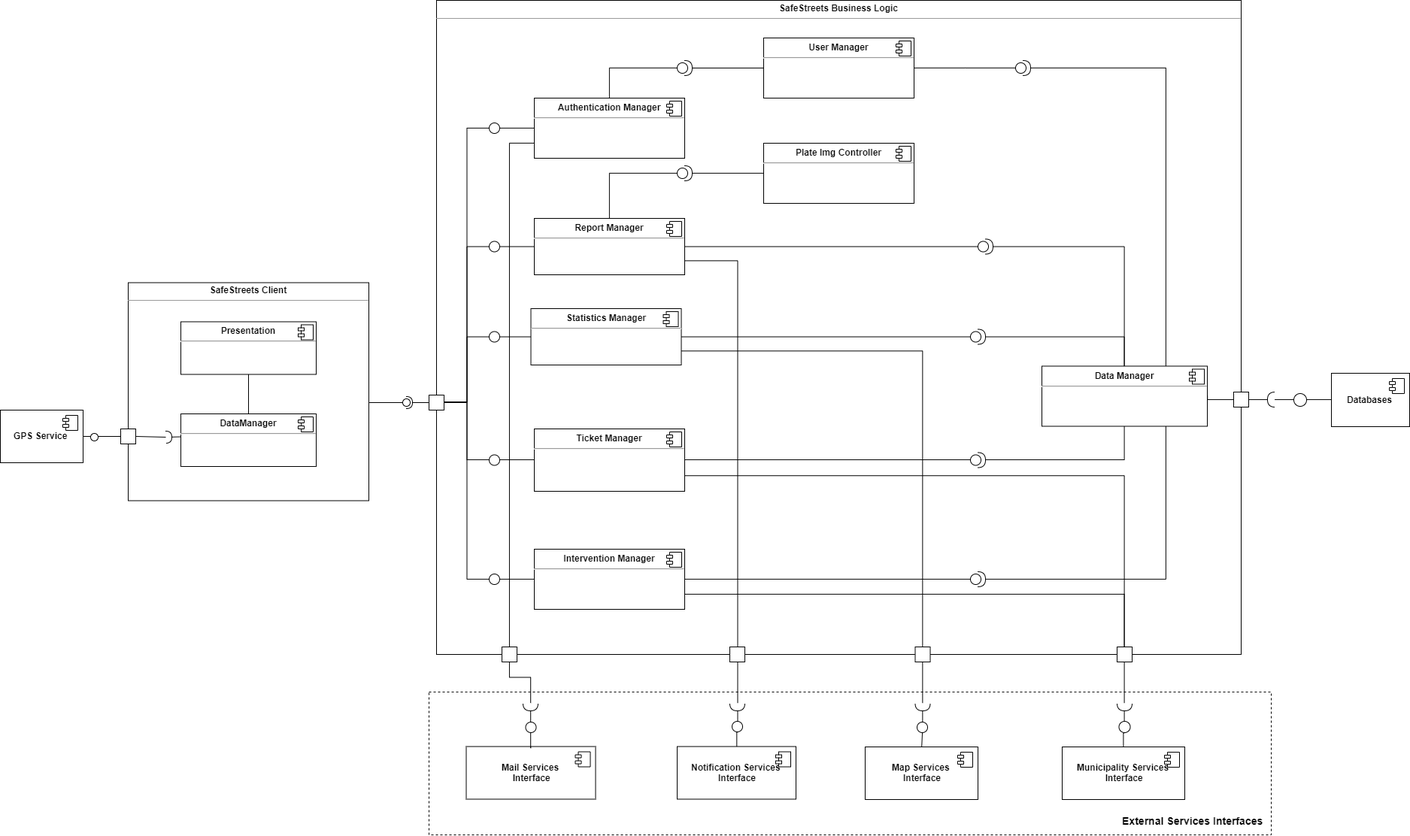
Earlier version of the draw.io export DD/Images/Diagrams/component_diagram.png (adrianomundo/FaddaMundoRota). Source tidied: cells renumbered, new cells last; positions are measured from the earlier drawing's top-left corner, leaving out a move shared by most shapes.
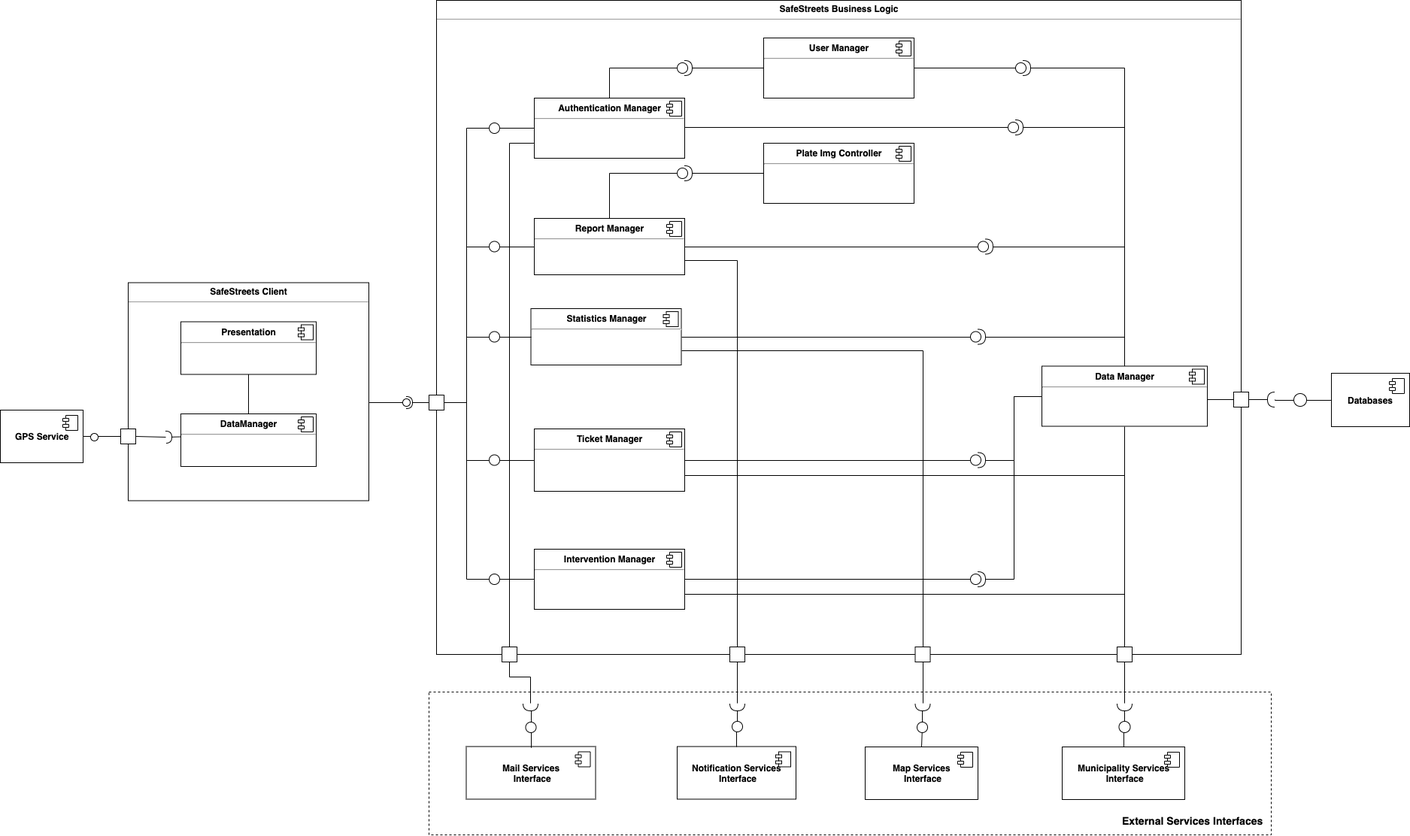
After the change.

Diff of the diagram source:
```diff
@@ -55,6 +55,9 @@
     <mxCell id="15" style="edgeStyle=orthogonalEdgeStyle;rounded=0;jettySize=auto;html=1;exitX=0;exitY=0.75;exitDx=0;exitDy=0;entryX=0.5;entryY=0;entryDx=0;entryDy=0;endArrow=none;endFill=0;" parent="1" edge="1" source="16" target="91">
       <mxGeometry relative="1" as="geometry" />
     </mxCell>
+    <mxCell id="120" style="edgeStyle=orthogonalEdgeStyle;rounded=0;jettySize=auto;html=1;exitX=1;exitY=0.5;exitDx=0;exitDy=0;entryX=0.5;entryY=0;entryDx=0;entryDy=0;endArrow=none;endFill=0;" parent="1" edge="1" source="122" target="52">
+      <mxGeometry relative="1" as="geometry" />
+    </mxCell>
     <mxCell id="16" value="&lt;p style=&quot;margin: 0px ; margin-top: 6px ; text-align: center&quot;&gt;&lt;b&gt;Authentication Manager&lt;/b&gt;&lt;/p&gt;&lt;hr&gt;&lt;p style=&quot;margin: 0px ; margin-left: 8px&quot;&gt;&lt;br&gt;&lt;/p&gt;" style="align=left;overflow=fill;html=1;" parent="1" vertex="1">
       <mxGeometry x="710" y="130" width="200" height="80" as="geometry" />
     </mxCell>
@@ -97,7 +100,7 @@
         <mxPoint x="-24" y="4" as="offset" />
       </mxGeometry>
     </mxCell>
-    <mxCell id="28" style="edgeStyle=orthogonalEdgeStyle;rounded=0;jettySize=auto;html=1;exitX=1;exitY=0.5;exitDx=0;exitDy=0;entryX=0.5;entryY=1;entryDx=0;entryDy=0;endArrow=none;endFill=0;" parent="1" edge="1" source="118" target="52">
+    <mxCell id="28" style="edgeStyle=orthogonalEdgeStyle;rounded=0;jettySize=auto;html=1;exitX=1;exitY=0.5;exitDx=0;exitDy=0;entryX=0;entryY=0.5;entryDx=0;entryDy=0;endArrow=none;endFill=0;" parent="1" edge="1" source="118" target="52">
       <mxGeometry relative="1" as="geometry" />
     </mxCell>
     <mxCell id="29" style="edgeStyle=orthogonalEdgeStyle;rounded=0;jettySize=auto;html=1;exitX=1;exitY=0.75;exitDx=0;exitDy=0;entryX=0.5;entryY=0;entryDx=0;entryDy=0;endArrow=none;endFill=0;" parent="1" edge="1" source="31" target="112">
@@ -114,7 +117,7 @@
         <mxPoint x="-24" y="4" as="offset" />
       </mxGeometry>
     </mxCell>
-    <mxCell id="33" style="edgeStyle=orthogonalEdgeStyle;rounded=0;jettySize=auto;html=1;exitX=1;exitY=0.5;exitDx=0;exitDy=0;entryX=0.75;entryY=1;entryDx=0;entryDy=0;endArrow=none;endFill=0;" parent="1" edge="1" source="119" target="52">
+    <mxCell id="33" style="edgeStyle=orthogonalEdgeStyle;rounded=0;jettySize=auto;html=1;exitX=1;exitY=0.5;exitDx=0;exitDy=0;endArrow=none;endFill=0;entryX=0;entryY=0.5;entryDx=0;entryDy=0;" parent="1" edge="1" source="119" target="52">
       <mxGeometry relative="1" as="geometry" />
     </mxCell>
     <mxCell id="34" style="edgeStyle=orthogonalEdgeStyle;rounded=0;jettySize=auto;html=1;exitX=1;exitY=0.5;exitDx=0;exitDy=0;entryX=0;entryY=0.5;entryDx=0;entryDy=0;entryPerimeter=0;endArrow=none;endFill=0;" parent="1" edge="1" source="36" target="119">
@@ -167,7 +170,12 @@
       </mxGeometry>
     </mxCell>
     <mxCell id="47" style="edgeStyle=orthogonalEdgeStyle;rounded=0;jettySize=auto;html=1;exitX=1;exitY=0.5;exitDx=0;exitDy=0;endArrow=none;endFill=0;entryX=0.75;entryY=0;entryDx=0;entryDy=0;" parent="1" edge="1" source="113" target="52">
-      <mxGeometry relative="1" as="geometry" />
+      <mxGeometry relative="1" as="geometry">
+        <Array as="points">
+          <mxPoint x="1495" y="90" />
+          <mxPoint x="1495" y="487" />
+        </Array>
+      </mxGeometry>
     </mxCell>
     <mxCell id="48" value="&lt;p style=&quot;margin: 0px ; margin-top: 6px ; text-align: center&quot;&gt;&lt;b&gt;User Manager&lt;/b&gt;&lt;/p&gt;&lt;hr&gt;&lt;p style=&quot;margin: 0px ; margin-left: 8px&quot;&gt;&lt;br&gt;&lt;/p&gt;" style="align=left;overflow=fill;html=1;" parent="1" vertex="1">
       <mxGeometry x="1015" y="50" width="200" height="80" as="geometry" />
@@ -185,6 +193,14 @@
         <mxPoint x="-24" y="4" as="offset" />
       </mxGeometry>
     </mxCell>
+    <mxCell id="121" style="edgeStyle=orthogonalEdgeStyle;rounded=0;jettySize=auto;html=1;exitX=0.5;exitY=1;exitDx=0;exitDy=0;entryX=0.5;entryY=0;entryDx=0;entryDy=0;endArrow=none;endFill=0;" parent="1" edge="1" source="52" target="112">
+      <mxGeometry relative="1" as="geometry">
+        <Array as="points">
+          <mxPoint x="1495" y="710" />
+          <mxPoint x="1495" y="710" />
+        </Array>
+      </mxGeometry>
+    </mxCell>
     <mxCell id="52" value="&lt;p style=&quot;margin: 0px ; margin-top: 6px ; text-align: center&quot;&gt;&lt;b&gt;Data Manager&lt;/b&gt;&lt;/p&gt;&lt;hr&gt;&lt;p style=&quot;margin: 0px ; margin-left: 8px&quot;&gt;&lt;br&gt;&lt;/p&gt;" style="align=left;overflow=fill;html=1;" parent="1" vertex="1">
       <mxGeometry x="1385" y="486.5" width="220" height="80" as="geometry" />
     </mxCell>
@@ -412,5 +428,15 @@
     <mxCell id="119" style="shape=providedRequiredInterface;html=1;verticalLabelPosition=bottom;" parent="1" vertex="1">
       <mxGeometry x="1290" y="760" width="20" height="20" as="geometry" />
     </mxCell>
+    <mxCell id="122" style="shape=providedRequiredInterface;html=1;verticalLabelPosition=bottom;" parent="1" vertex="1">
+      <mxGeometry x="1340" y="159" width="20" height="20" as="geometry" />
+    </mxCell>
+    <mxCell id="123" style="edgeStyle=orthogonalEdgeStyle;rounded=0;jettySize=auto;html=1;exitX=1;exitY=0.5;exitDx=0;exitDy=0;entryX=0;entryY=0.5;entryDx=0;entryDy=0;endArrow=none;endFill=0;entryPerimeter=0;" parent="1" edge="1" source="16" target="122">
+      <mxGeometry relative="1" as="geometry">
+        <Array as="points">
+          <mxPoint x="910" y="169" />
+        </Array>
+      </mxGeometry>
+    </mxCell>
   </root>
 </mxGraphModel>
```
